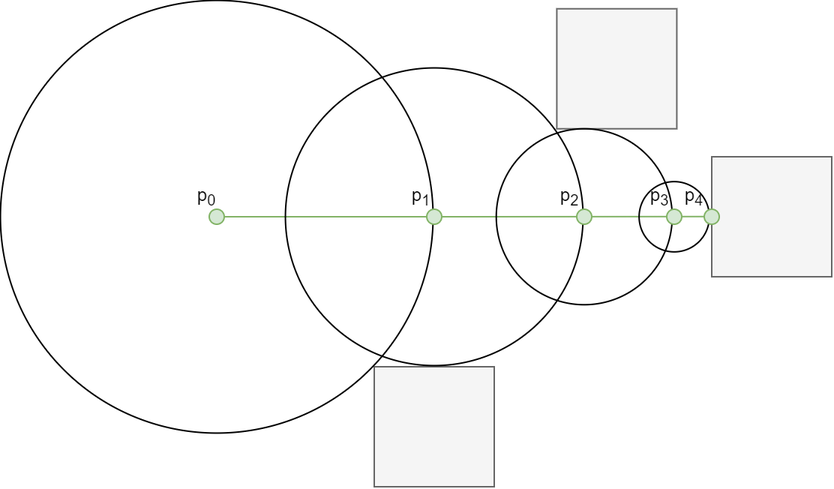
Above: Deliverable 1/Diagrams/Ray marching diagram.drawio.png in SolomonBaarda/fractal-geometry-renderer (draw.io), before the change. Source tidied: cells renumbered, new cells last; positions are measured from the earlier drawing's top-left corner, leaving out a move shared by most shapes.
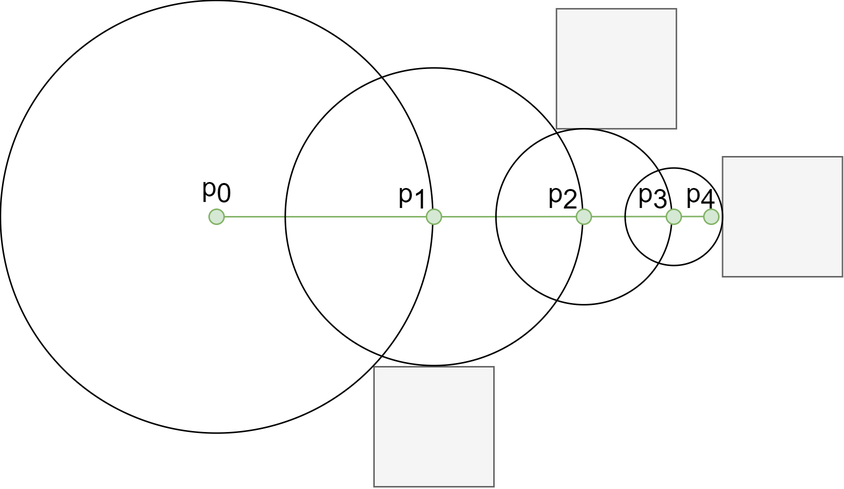
Above is the later version.

Diff of the diagram source:
```diff
@@ -6,7 +6,7 @@
       <mxGeometry x="249" y="244" width="80" height="80" as="geometry" />
     </mxCell>
     <mxCell id="3" style="whiteSpace=wrap;html=1;fillColor=#f5f5f5;strokeColor=#666666;fontColor=#333333;" parent="1" vertex="1">
-      <mxGeometry x="474" y="104" width="80" height="80" as="geometry" />
+      <mxGeometry x="481.5" y="104" width="80" height="80" as="geometry" />
     </mxCell>
     <mxCell id="4" style="whiteSpace=wrap;html=1;fillColor=#f5f5f5;strokeColor=#666666;fontColor=#333333;" parent="1" vertex="1">
       <mxGeometry x="370.7" y="5.3" width="80" height="80" as="geometry" />
@@ -26,7 +26,7 @@
       <mxGeometry x="330.3" y="85.3" width="117.3" height="117.3" as="geometry" />
     </mxCell>
     <mxCell id="9" style="ellipse;whiteSpace=wrap;html=1;fillColor=none;" parent="1" vertex="1">
-      <mxGeometry x="425.6" y="120.6" width="46.8" height="46.8" as="geometry" />
+      <mxGeometry x="416.5" y="111.5" width="65" height="65" as="geometry" />
     </mxCell>
     <mxCell id="10" style="ellipse;whiteSpace=wrap;html=1;fillColor=#d5e8d4;strokeColor=#82b366;" parent="1" vertex="1">
       <mxGeometry x="139" y="139" width="10" height="10" as="geometry" />
@@ -43,20 +43,20 @@
     <mxCell id="14" style="ellipse;whiteSpace=wrap;html=1;fillColor=#d5e8d4;strokeColor=#82b366;" parent="1" vertex="1">
       <mxGeometry x="469" y="139" width="10" height="10" as="geometry" />
     </mxCell>
-    <mxCell id="15" value="p&lt;sub&gt;0&lt;/sub&gt;" style="text;html=1;strokeColor=none;fillColor=none;align=center;verticalAlign=middle;whiteSpace=wrap;rounded=0;" parent="1" vertex="1">
-      <mxGeometry x="129" y="123" width="16.6" height="16" as="geometry" />
+    <mxCell id="15" value="p&lt;sub style=&quot;font-size: 18px;&quot;&gt;0&lt;/sub&gt;" style="text;html=1;strokeColor=none;fillColor=none;align=center;verticalAlign=middle;whiteSpace=wrap;rounded=0;fontSize=18;" parent="1" vertex="1">
+      <mxGeometry x="135.7" y="119" width="16.6" height="16" as="geometry" />
     </mxCell>
-    <mxCell id="16" value="p&lt;sub&gt;1&lt;/sub&gt;" style="text;html=1;strokeColor=none;fillColor=none;align=center;verticalAlign=middle;whiteSpace=wrap;rounded=0;" parent="1" vertex="1">
-      <mxGeometry x="271.6" y="123" width="16.6" height="16" as="geometry" />
+    <mxCell id="16" value="p&lt;sub style=&quot;font-size: 18px;&quot;&gt;1&lt;/sub&gt;" style="text;html=1;strokeColor=none;fillColor=none;align=center;verticalAlign=middle;whiteSpace=wrap;rounded=0;fontSize=18;" parent="1" vertex="1">
+      <mxGeometry x="267.4" y="123" width="16.6" height="16" as="geometry" />
     </mxCell>
-    <mxCell id="17" value="p&lt;sub&gt;2&lt;/sub&gt;" style="text;html=1;strokeColor=none;fillColor=none;align=center;verticalAlign=middle;whiteSpace=wrap;rounded=0;" parent="1" vertex="1">
-      <mxGeometry x="370.7" y="123" width="16.6" height="16" as="geometry" />
+    <mxCell id="17" value="p&lt;sub style=&quot;font-size: 18px;&quot;&gt;2&lt;/sub&gt;" style="text;html=1;strokeColor=none;fillColor=none;align=center;verticalAlign=middle;whiteSpace=wrap;rounded=0;fontSize=18;" parent="1" vertex="1">
+      <mxGeometry x="367.4" y="123" width="16.6" height="16" as="geometry" />
     </mxCell>
-    <mxCell id="18" value="p&lt;sub&gt;3&lt;/sub&gt;" style="text;html=1;strokeColor=none;fillColor=none;align=center;verticalAlign=middle;whiteSpace=wrap;rounded=0;" parent="1" vertex="1">
-      <mxGeometry x="431.1" y="123" width="16.6" height="16" as="geometry" />
+    <mxCell id="18" value="p&lt;sub style=&quot;font-size: 18px;&quot;&gt;3&lt;/sub&gt;" style="text;html=1;strokeColor=none;fillColor=none;align=center;verticalAlign=middle;whiteSpace=wrap;rounded=0;fontSize=18;" parent="1" vertex="1">
+      <mxGeometry x="427.4" y="123" width="16.6" height="16" as="geometry" />
     </mxCell>
-    <mxCell id="19" value="p&lt;sub&gt;4&lt;/sub&gt;" style="text;html=1;strokeColor=none;fillColor=none;align=center;verticalAlign=middle;whiteSpace=wrap;rounded=0;" parent="1" vertex="1">
-      <mxGeometry x="454" y="123" width="16.6" height="16" as="geometry" />
+    <mxCell id="19" value="p&lt;sub style=&quot;font-size: 18px;&quot;&gt;4&lt;/sub&gt;" style="text;html=1;strokeColor=none;fillColor=none;align=center;verticalAlign=middle;whiteSpace=wrap;rounded=0;fontSize=18;" parent="1" vertex="1">
+      <mxGeometry x="459" y="123" width="16.6" height="16" as="geometry" />
     </mxCell>
   </root>
 </mxGraphModel>
```
